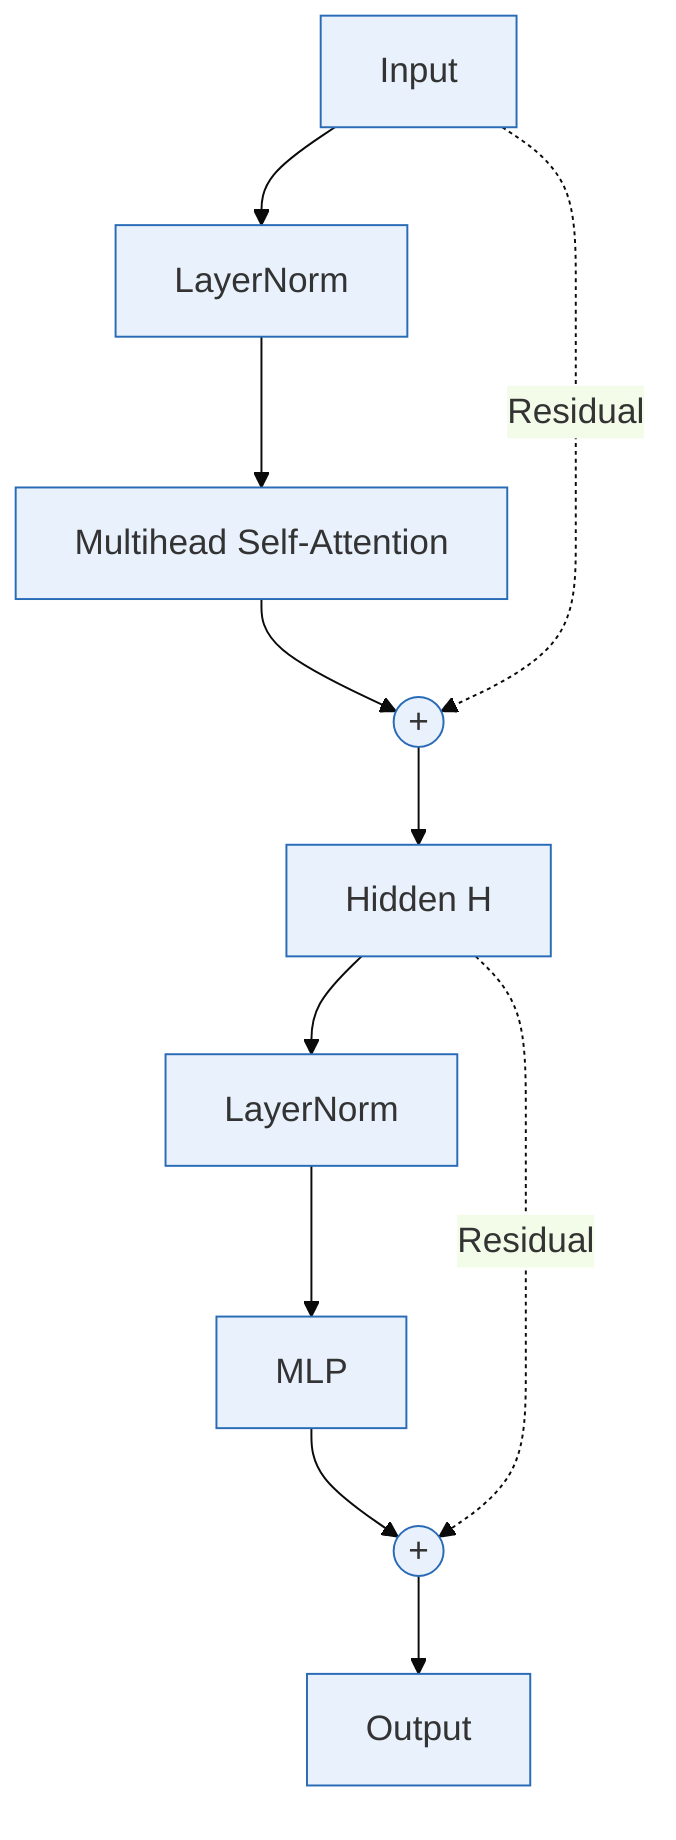
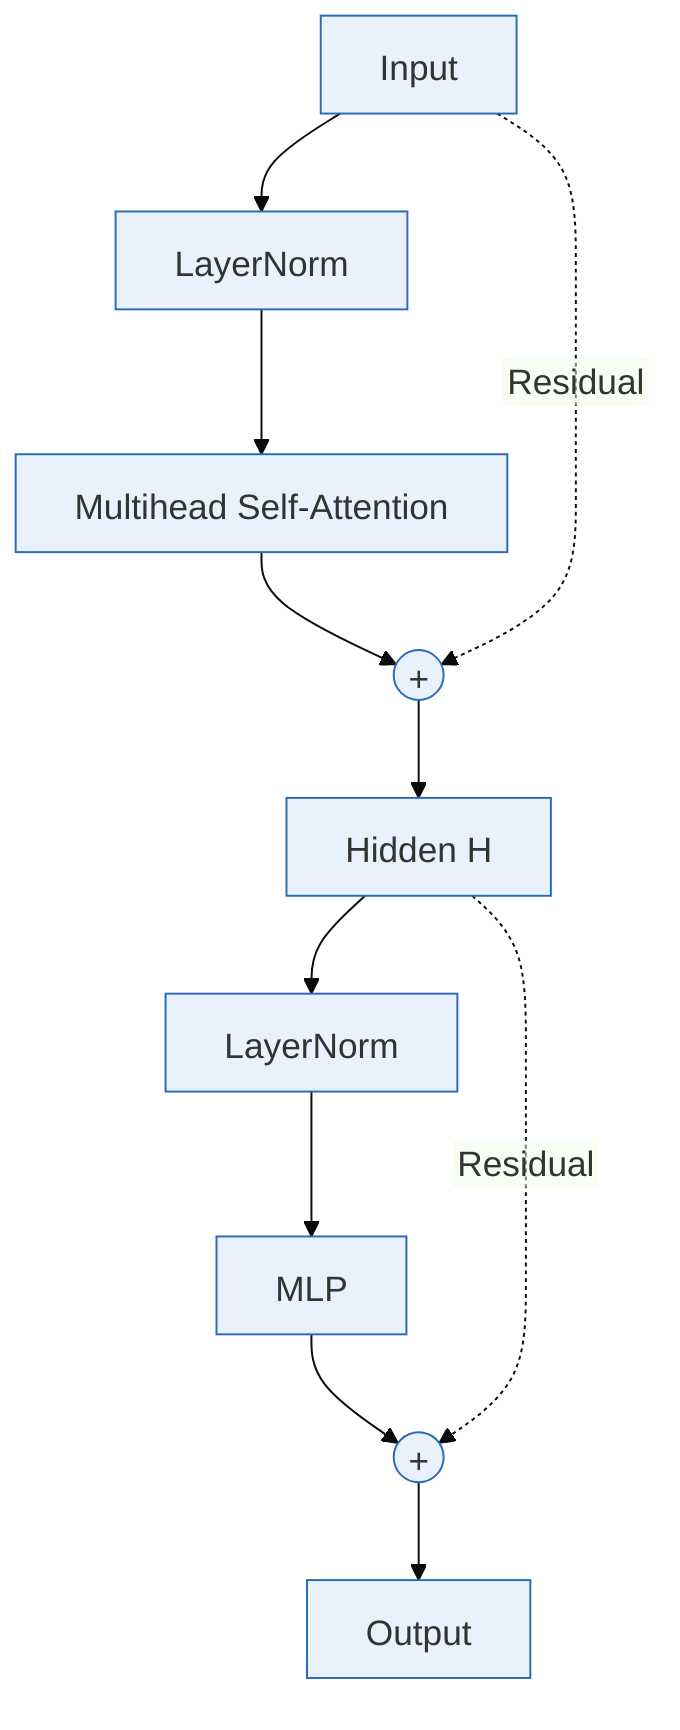
---
config:
  theme: base
+   htmlLabels: false
+   fontFamily: "Arial, Microsoft YaHei, sans-serif"
  themeVariables:
    fontSize: "18px"
    primaryColor: "#e9f2fc"
    primaryBorderColor: "#296bb7"
-     secondaryBorderColor: "#296bb7"
+     primaryTextColor: "#333333"
+     lineColor: "#0b0b0b"
+ 
  flowchart:
    wrappingWidth: 250
+ 
+   themeCSS: |
+     .node text,
+     .nodeLabel,
+     .label text {
+       font-weight: 400;
+       font-style: normal;
+     }
+     .node rect,
+     .flowchart-link {
+       stroke-width: 1px;
+     }
---

flowchart TD
-   X[Input]
+     X[Input]

-   X --> LN1[LayerNorm]
-   LN1 --> MSA[Multihead Self-Attention]
-   MSA --> ADD1((+))
+     X --> LN1[LayerNorm]
+     LN1 --> MSA[Multihead Self-Attention]
+     MSA --> ADD1((+))

-   X -. Residual .-> ADD1
+     X -. Residual .-> ADD1

-   ADD1 --> H[Hidden H]
+     ADD1 --> H[Hidden H]

-   H --> LN2[LayerNorm]
-   LN2 --> MLP[MLP]
-   MLP --> ADD2((+))
+     H --> LN2[LayerNorm]
+     LN2 --> MLP[MLP]
+     MLP --> ADD2((+))

-   H -. Residual .-> ADD2
+     H -. Residual .-> ADD2

-   ADD2 --> OUT[Output]
+     ADD2 --> OUT[Output]
